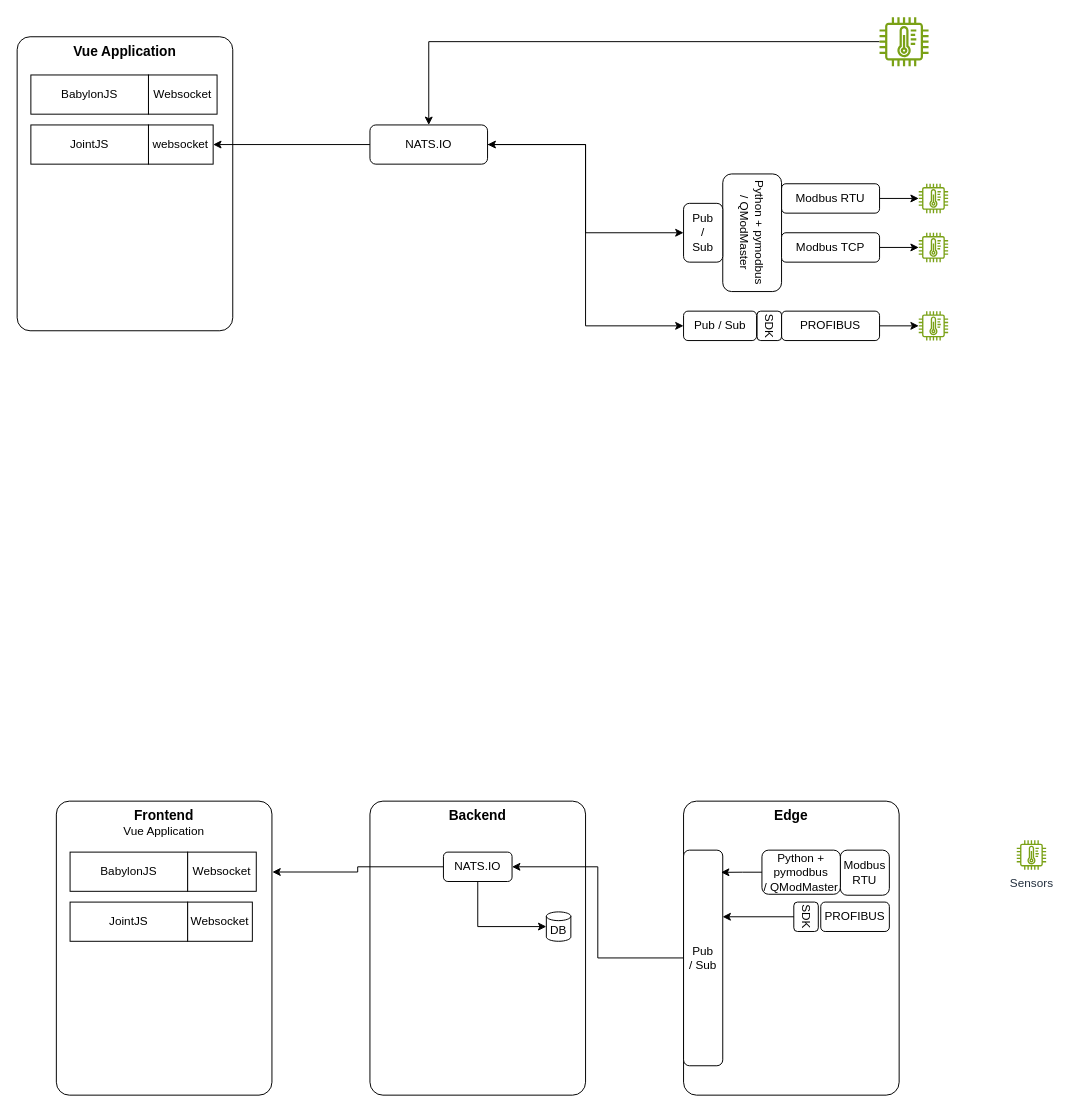
Above: page "Page-1" (1 of 4) of docs/VueBoilerPlateArchitecture.drawio in Bugging-Bot/vue-enterprise-boilerplate (draw.io), before the change. Source tidied: cells renumbered, new cells numbered last; positions are measured from the earlier drawing's top-left corner, leaving out a move shared by most shapes. Both pictures are drawn from the tidied source at 98%, with x=0, y=0 at pixel (17, 17).
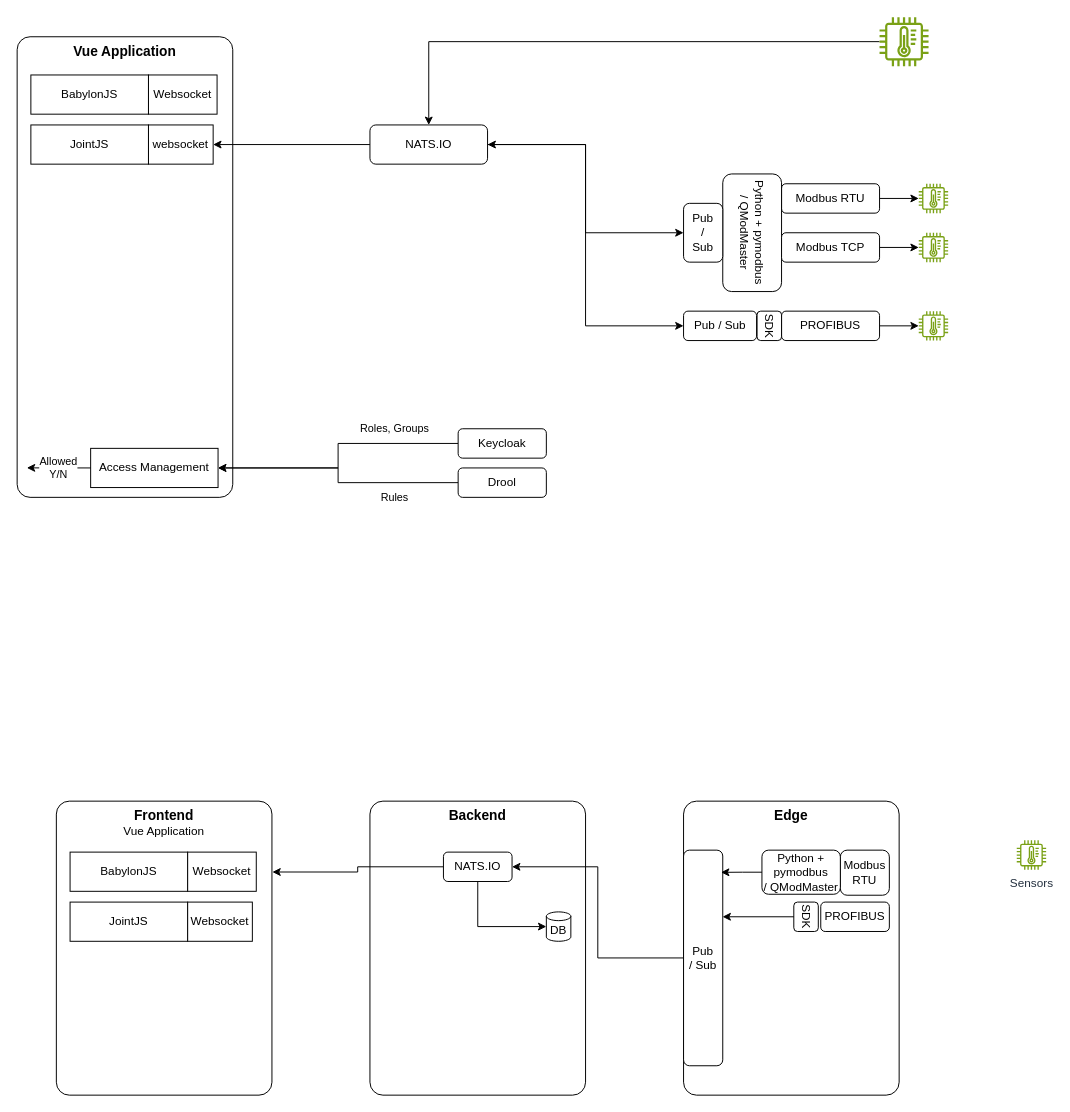
Above is the later version.

Commit message (it also covers changes not shown here):
added integration with KeyCloak

The edit, as a diff of the source:
```diff
@@
     <mxCell id="2" value="&lt;font style=&quot;font-size: 14px;&quot;&gt;&lt;b&gt;Vue Application&lt;/b&gt;&lt;/font&gt;" style="rounded=1;whiteSpace=wrap;html=1;arcSize=6;verticalAlign=top;" parent="1" vertex="1">
-      <mxGeometry y="20" width="220" height="300" as="geometry" />
+      <mxGeometry y="20" width="220" height="470" as="geometry" />
     </mxCell>
@@
+    <mxCell id="46" value="Roles, Groups" style="edgeStyle=orthogonalEdgeStyle;rounded=0;jettySize=auto;html=1;entryX=1;entryY=0.5;entryDx=0;entryDy=0;" parent="1" edge="1" source="47" target="50">
+      <mxGeometry x="-0.52" y="-15" relative="1" as="geometry" />
+    </mxCell>
+    <mxCell id="47" value="Keycloak" style="rounded=1;whiteSpace=wrap;html=1;" parent="1" vertex="1">
+      <mxGeometry x="450" y="420" width="90" height="30" as="geometry" />
+    </mxCell>
+    <mxCell id="48" value="Rules" style="edgeStyle=orthogonalEdgeStyle;rounded=0;jettySize=auto;html=1;entryX=1;entryY=0.5;entryDx=0;entryDy=0;" parent="1" edge="1" source="49" target="50">
+      <mxGeometry x="-0.5" y="15" relative="1" as="geometry" />
+    </mxCell>
+    <mxCell id="49" value="Drool" style="rounded=1;whiteSpace=wrap;html=1;" parent="1" vertex="1">
+      <mxGeometry x="450" y="460" width="90" height="30" as="geometry" />
+    </mxCell>
+    <mxCell id="50" value="Access Management" style="rounded=0;whiteSpace=wrap;html=1;" parent="1" vertex="1">
+      <mxGeometry x="75" y="440" width="130" height="40" as="geometry" />
+    </mxCell>
+    <mxCell id="51" value="Allowed&lt;div&gt;Y/N&lt;/div&gt;" style="endArrow=classic;html=1;rounded=0;exitX=0;exitY=0.5;exitDx=0;exitDy=0;entryX=0.045;entryY=0.936;entryDx=0;entryDy=0;entryPerimeter=0;" parent="1" edge="1" source="50" target="2">
+      <mxGeometry relative="1" as="geometry" />
+    </mxCell>
```
